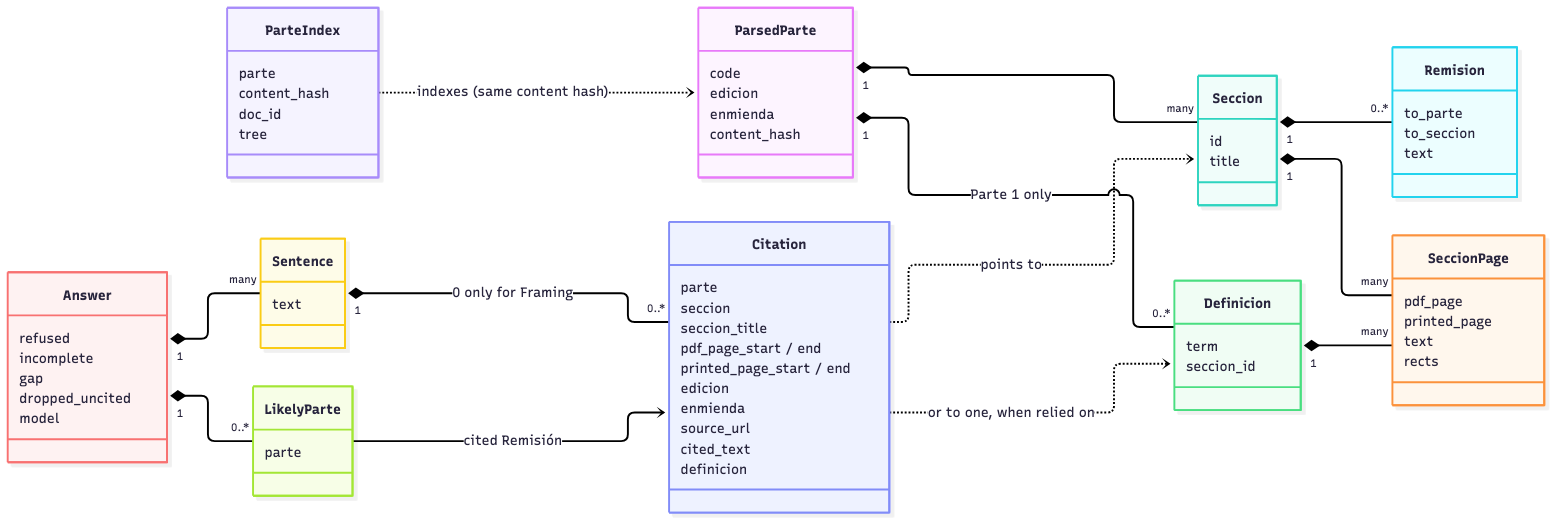
Before: docs/diagrams/domain-model.png, a diagram exported from Mermaid (Guernik/raac-rag). Its source is kept beside it as docs/diagrams/domain-model.mmd.
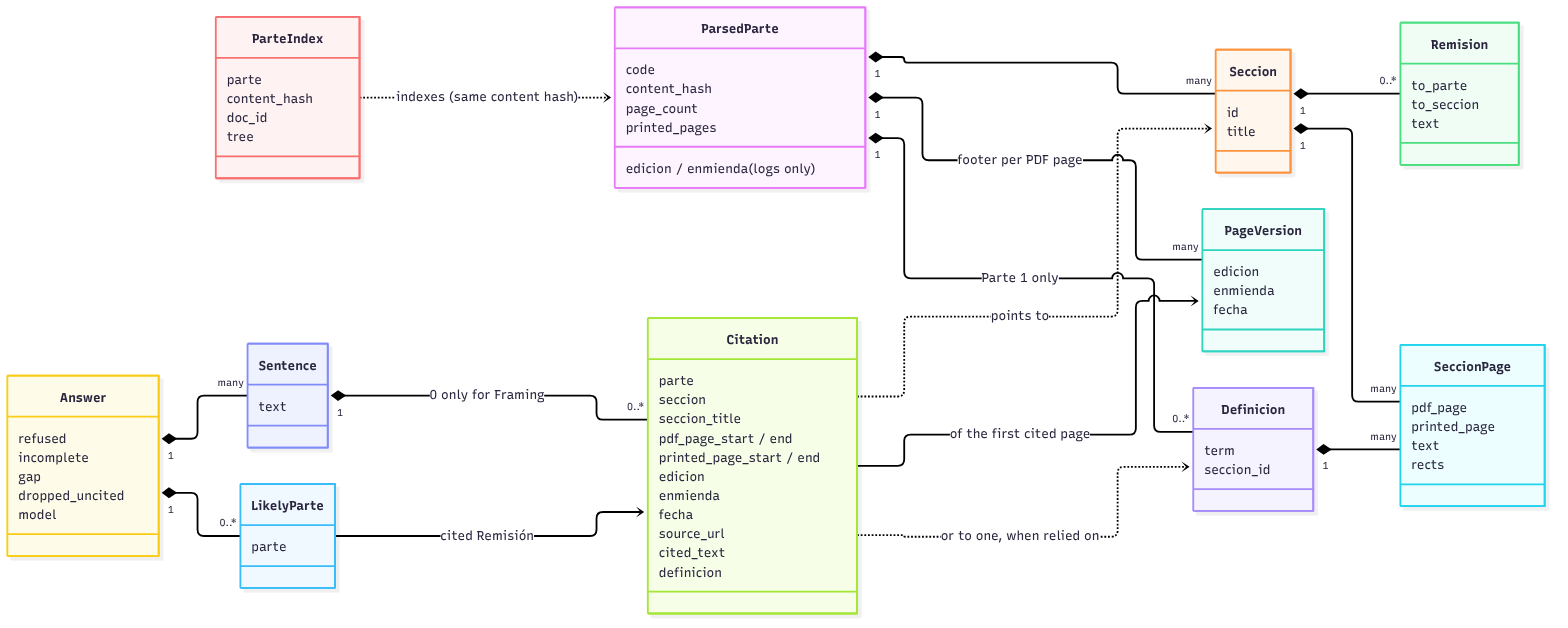
Above is the later version.

Commit message:
docs: catch README and diagrams up with ADR 0003/0004 and the CLI

Diff of the diagram source:
```diff
@@ -2,9 +2,15 @@
     direction LR
     class ParsedParte {
         code
+        content_hash
+        page_count
+        printed_pages
+        edicion / enmienda (logs only)
+    }
+    class PageVersion {
         edicion
         enmienda
-        content_hash
+        fecha
     }
     class Seccion {
         id
@@ -49,6 +55,7 @@
         printed_page_start / end
         edicion
         enmienda
+        fecha
         source_url
         cited_text
         definicion
@@ -57,6 +64,7 @@
         parte
     }
     ParsedParte "1" *-- "many" Seccion
+    ParsedParte "1" *-- "many" PageVersion : footer per PDF page
     Seccion "1" *-- "many" SeccionPage
     Seccion "1" *-- "0..*" Remision
     ParsedParte "1" *-- "0..*" Definicion : Parte 1 only
@@ -67,4 +75,5 @@
     Answer "1" *-- "0..*" LikelyParte
     LikelyParte --> Citation : cited Remisión
     Citation ..> Seccion : points to
+    Citation ..> PageVersion : of the first cited page
     Citation ..> Definicion : or to one, when relied on
```
